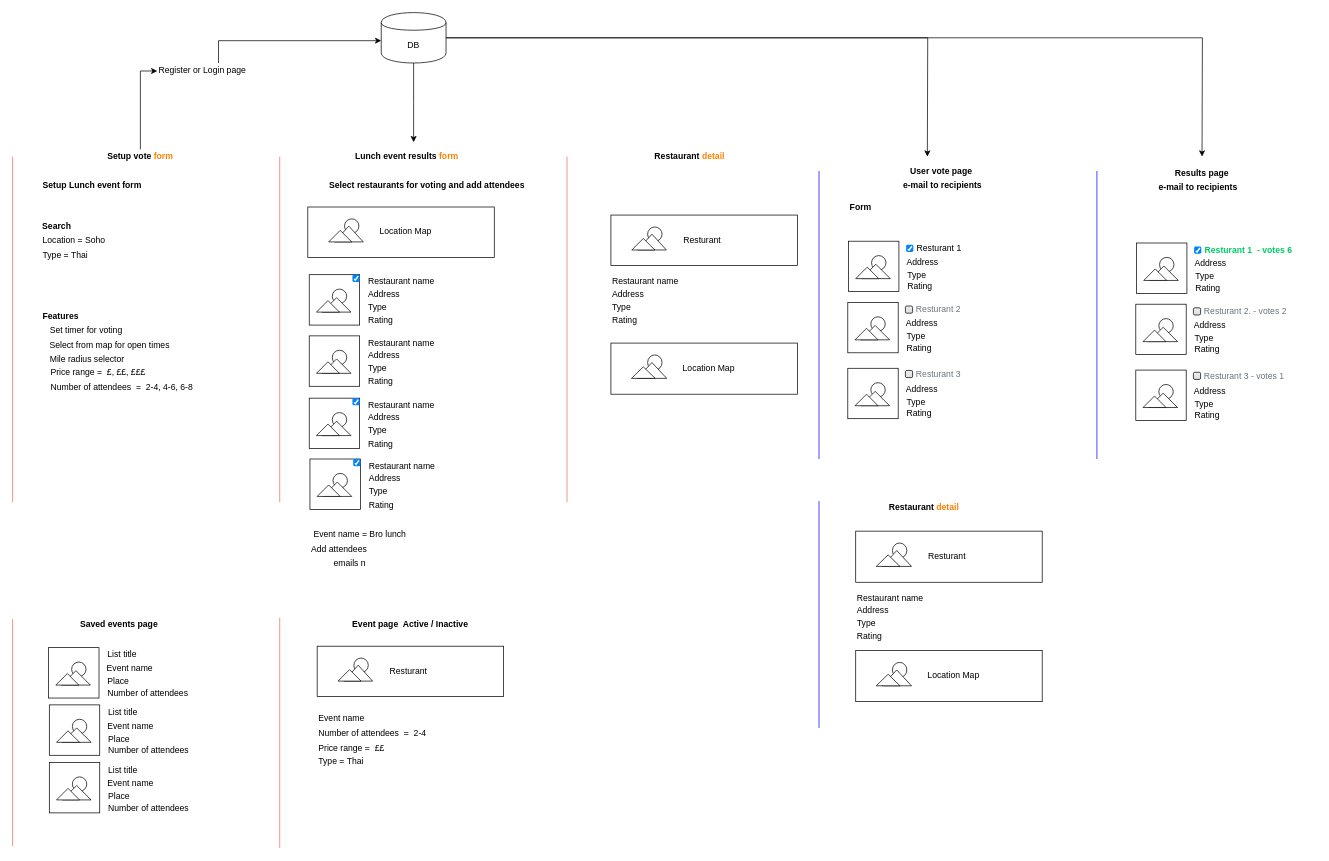
Earlier version of the draw.io diagram lunchSystem.drawio (ameenaziz/lunch). Source tidied: cells renumbered, new cells numbered last; positions are measured from the earlier drawing's top-left corner, leaving out a move shared by most shapes. Both pictures are drawn from the tidied source at 72%, with x=0, y=0 at pixel (12, 12).
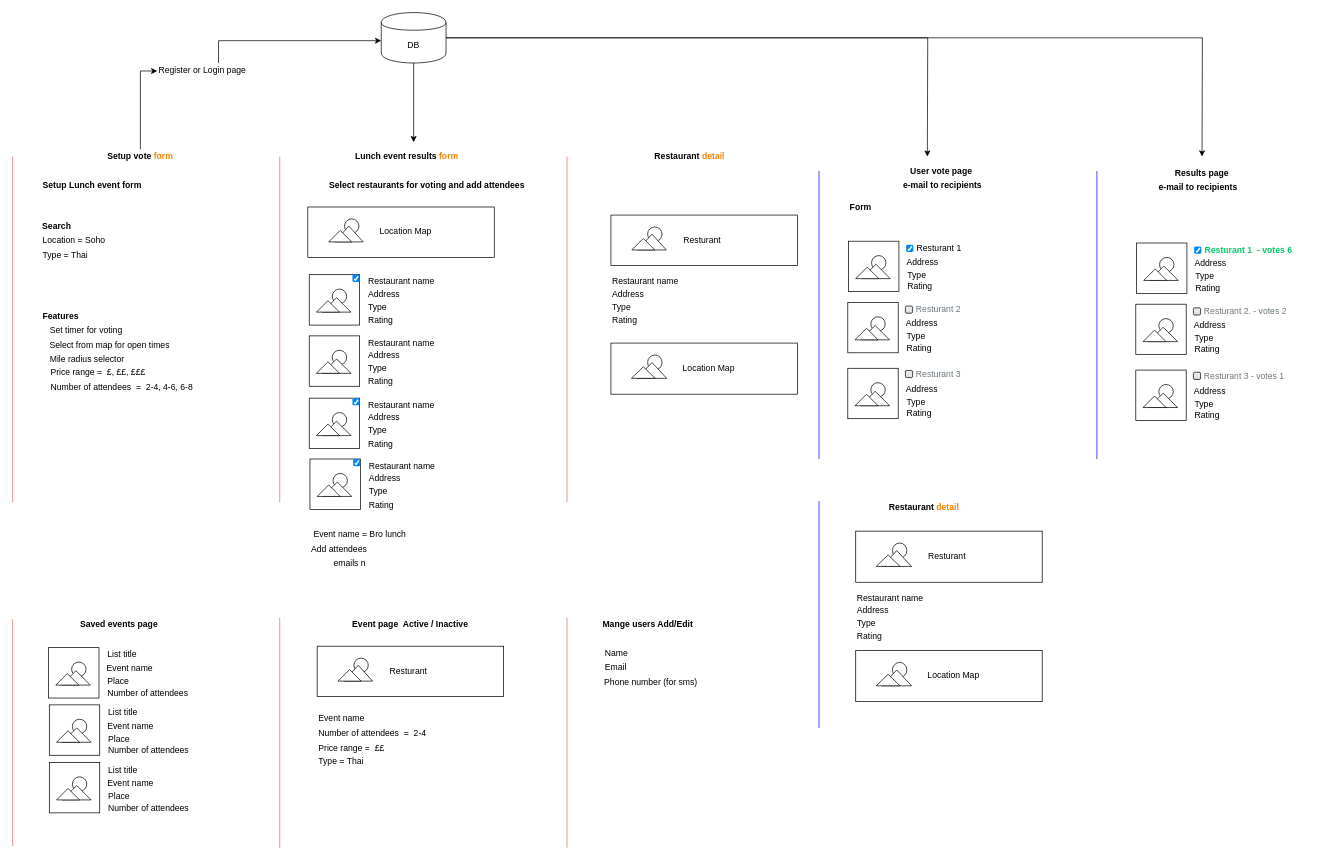
After the change.

Change to the diagram source:
```diff
@@
+    <mxCell id="347" value="Mange users Add/Edit" style="text;html=1;strokeColor=none;fillColor=none;align=center;verticalAlign=middle;whiteSpace=wrap;rounded=0;fontStyle=1;" parent="1" vertex="1">
+      <mxGeometry x="793" y="840" width="179" height="20" as="geometry" />
+    </mxCell>
+    <mxCell id="348" style="endArrow=none;html=1;strokeColor=#EA6B66;" parent="1" edge="1">
+      <mxGeometry relative="1" as="geometry">
+        <mxPoint x="770" y="1159.8" as="sourcePoint" />
+        <mxPoint x="770" y="840.2" as="targetPoint" />
+      </mxGeometry>
+    </mxCell>
+    <mxCell id="349" value="Name" style="text;html=1;strokeColor=none;fillColor=none;align=left;verticalAlign=middle;whiteSpace=wrap;rounded=0;" parent="1" vertex="1">
+      <mxGeometry x="821" y="880" width="170" height="20" as="geometry" />
+    </mxCell>
+    <mxCell id="350" value="&lt;div&gt;Email &lt;br&gt;&lt;/div&gt;" style="text;html=1;strokeColor=none;fillColor=none;align=left;verticalAlign=middle;whiteSpace=wrap;rounded=0;" parent="1" vertex="1">
+      <mxGeometry x="821" y="900" width="170" height="20" as="geometry" />
+    </mxCell>
+    <mxCell id="351" value="Phone number (for sms)" style="text;html=1;strokeColor=none;fillColor=none;align=left;verticalAlign=middle;whiteSpace=wrap;rounded=0;" parent="1" vertex="1">
+      <mxGeometry x="820" y="920" width="170" height="20" as="geometry" />
+    </mxCell>
```
